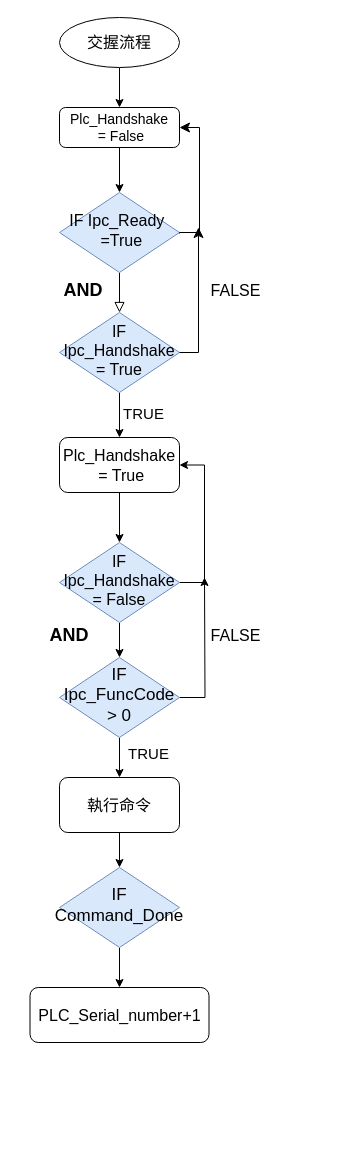
This is page "交握流程框架" (2 of 6) of 上位系統交握流程.drawio from ChiangRyan/process-diagram, a draw.io file, before an edit. Source tidied: cells renumbered, new cells numbered last; positions are measured from the earlier drawing's top-left corner, leaving out a move shared by most shapes. Both pictures are drawn from the tidied source at 100%, with x=0, y=0 at pixel (30, 17).
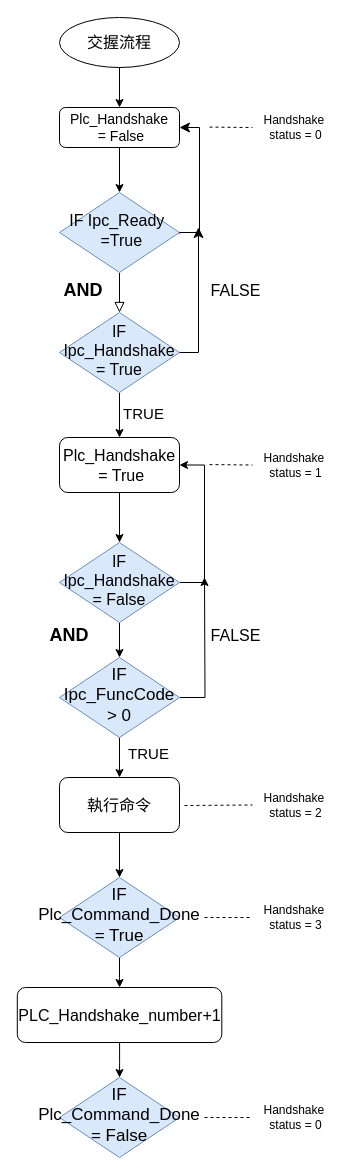
The same diagram, later.

Commit message:
更新上位系統交握流程.drawio

Change to the diagram source:
```diff
@@
-    <mxCell id="27" value="IF Command_Done" style="rhombus;whiteSpace=wrap;html=1;shadow=0;fontFamily=Helvetica;fontSize=17;align=center;strokeWidth=1;spacing=6;spacingTop=-4;fillColor=#dae8fc;strokeColor=#6c8ebf;" parent="1" vertex="1">
-      <mxGeometry x="29" y="850" width="120" height="80" as="geometry" />
+    <mxCell id="27" value="IF Plc_Command_Done = True" style="rhombus;whiteSpace=wrap;html=1;shadow=0;fontFamily=Helvetica;fontSize=17;align=center;strokeWidth=1;spacing=6;spacingTop=-4;fillColor=#dae8fc;strokeColor=#6c8ebf;" parent="1" vertex="1">
+      <mxGeometry x="29" y="860" width="120" height="80" as="geometry" />
     </mxCell>
+    <mxCell id="31" style="edgeStyle=orthogonalEdgeStyle;rounded=0;jettySize=auto;html=1;entryX=0.5;entryY=0;entryDx=0;entryDy=0;" parent="1" edge="1" source="28" target="38">
+      <mxGeometry relative="1" as="geometry" />
+    </mxCell>
-    <mxCell id="28" value="&lt;div style=&quot;&quot;&gt;PLC_Serial_number+1&lt;/div&gt;" style="rounded=1;whiteSpace=wrap;html=1;fontSize=16;glass=0;strokeWidth=1;shadow=0;" parent="1" vertex="1">
-      <mxGeometry x="-0.5" y="970" width="179" height="55" as="geometry" />
+    <mxCell id="28" value="&lt;div style=&quot;&quot;&gt;PLC_Handshake_number+1&lt;/div&gt;" style="rounded=1;whiteSpace=wrap;html=1;fontSize=16;glass=0;strokeWidth=1;shadow=0;" parent="1" vertex="1">
+      <mxGeometry x="-13.2" y="970" width="204.5" height="55" as="geometry" />
     </mxCell>
@@
+    <mxCell id="32" style="endArrow=none;dashed=1;html=1;rounded=0;" parent="1" edge="1">
+      <mxGeometry relative="1" as="geometry">
+        <mxPoint x="179" y="109.6" as="sourcePoint" />
+        <mxPoint x="222" y="110" as="targetPoint" />
+      </mxGeometry>
+    </mxCell>
+    <mxCell id="33" value="Handshake&amp;nbsp;&lt;div&gt;&lt;span style=&quot;background-color: transparent; color: light-dark(rgb(0, 0, 0), rgb(255, 255, 255));&quot;&gt;status = 0&lt;/span&gt;&lt;/div&gt;" style="text;html=1;align=center;verticalAlign=middle;strokeColor=none;fillColor=none;" parent="1" vertex="1">
+      <mxGeometry x="220" y="90" width="90" height="40" as="geometry" />
+    </mxCell>
+    <mxCell id="34" style="endArrow=none;dashed=1;html=1;rounded=0;" parent="1" edge="1">
+      <mxGeometry relative="1" as="geometry">
+        <mxPoint x="179" y="447.1" as="sourcePoint" />
+        <mxPoint x="222" y="447.5" as="targetPoint" />
+      </mxGeometry>
+    </mxCell>
+    <mxCell id="35" value="Handshake&amp;nbsp;&lt;div&gt;&lt;span style=&quot;background-color: transparent; color: light-dark(rgb(0, 0, 0), rgb(255, 255, 255));&quot;&gt;status = 1&lt;/span&gt;&lt;/div&gt;" style="text;html=1;align=center;verticalAlign=middle;strokeColor=none;fillColor=none;" parent="1" vertex="1">
+      <mxGeometry x="220" y="427.5" width="90" height="40" as="geometry" />
+    </mxCell>
+    <mxCell id="36" style="endArrow=none;dashed=1;html=1;rounded=0;" parent="1" edge="1">
+      <mxGeometry relative="1" as="geometry">
+        <mxPoint x="154" y="788" as="sourcePoint" />
+        <mxPoint x="222" y="787.5" as="targetPoint" />
+      </mxGeometry>
+    </mxCell>
+    <mxCell id="37" value="Handshake&amp;nbsp;&lt;div&gt;&lt;span style=&quot;background-color: transparent; color: light-dark(rgb(0, 0, 0), rgb(255, 255, 255));&quot;&gt;status = 2&lt;/span&gt;&lt;/div&gt;" style="text;html=1;align=center;verticalAlign=middle;strokeColor=none;fillColor=none;" parent="1" vertex="1">
+      <mxGeometry x="220" y="767.5" width="90" height="40" as="geometry" />
+    </mxCell>
+    <mxCell id="38" value="IF Plc_Command_Done = False" style="rhombus;whiteSpace=wrap;html=1;shadow=0;fontFamily=Helvetica;fontSize=17;align=center;strokeWidth=1;spacing=6;spacingTop=-4;fillColor=#dae8fc;strokeColor=#6c8ebf;" parent="1" vertex="1">
+      <mxGeometry x="29" y="1060" width="120" height="80" as="geometry" />
+    </mxCell>
+    <mxCell id="39" style="endArrow=none;dashed=1;html=1;rounded=0;" parent="1" edge="1">
+      <mxGeometry relative="1" as="geometry">
+        <mxPoint x="174" y="900" as="sourcePoint" />
+        <mxPoint x="222" y="900" as="targetPoint" />
+      </mxGeometry>
+    </mxCell>
+    <mxCell id="40" value="Handshake&amp;nbsp;&lt;div&gt;&lt;span style=&quot;background-color: transparent; color: light-dark(rgb(0, 0, 0), rgb(255, 255, 255));&quot;&gt;status = 3&lt;/span&gt;&lt;/div&gt;" style="text;html=1;align=center;verticalAlign=middle;strokeColor=none;fillColor=none;" parent="1" vertex="1">
+      <mxGeometry x="220" y="880" width="90" height="40" as="geometry" />
+    </mxCell>
+    <mxCell id="41" style="endArrow=none;dashed=1;html=1;rounded=0;" parent="1" edge="1">
+      <mxGeometry relative="1" as="geometry">
+        <mxPoint x="174" y="1100" as="sourcePoint" />
+        <mxPoint x="222" y="1100" as="targetPoint" />
+      </mxGeometry>
+    </mxCell>
+    <mxCell id="42" value="Handshake&amp;nbsp;&lt;div&gt;&lt;span style=&quot;background-color: transparent; color: light-dark(rgb(0, 0, 0), rgb(255, 255, 255));&quot;&gt;status = 0&lt;/span&gt;&lt;/div&gt;" style="text;html=1;align=center;verticalAlign=middle;strokeColor=none;fillColor=none;" parent="1" vertex="1">
+      <mxGeometry x="220" y="1080" width="90" height="40" as="geometry" />
+    </mxCell>
```
